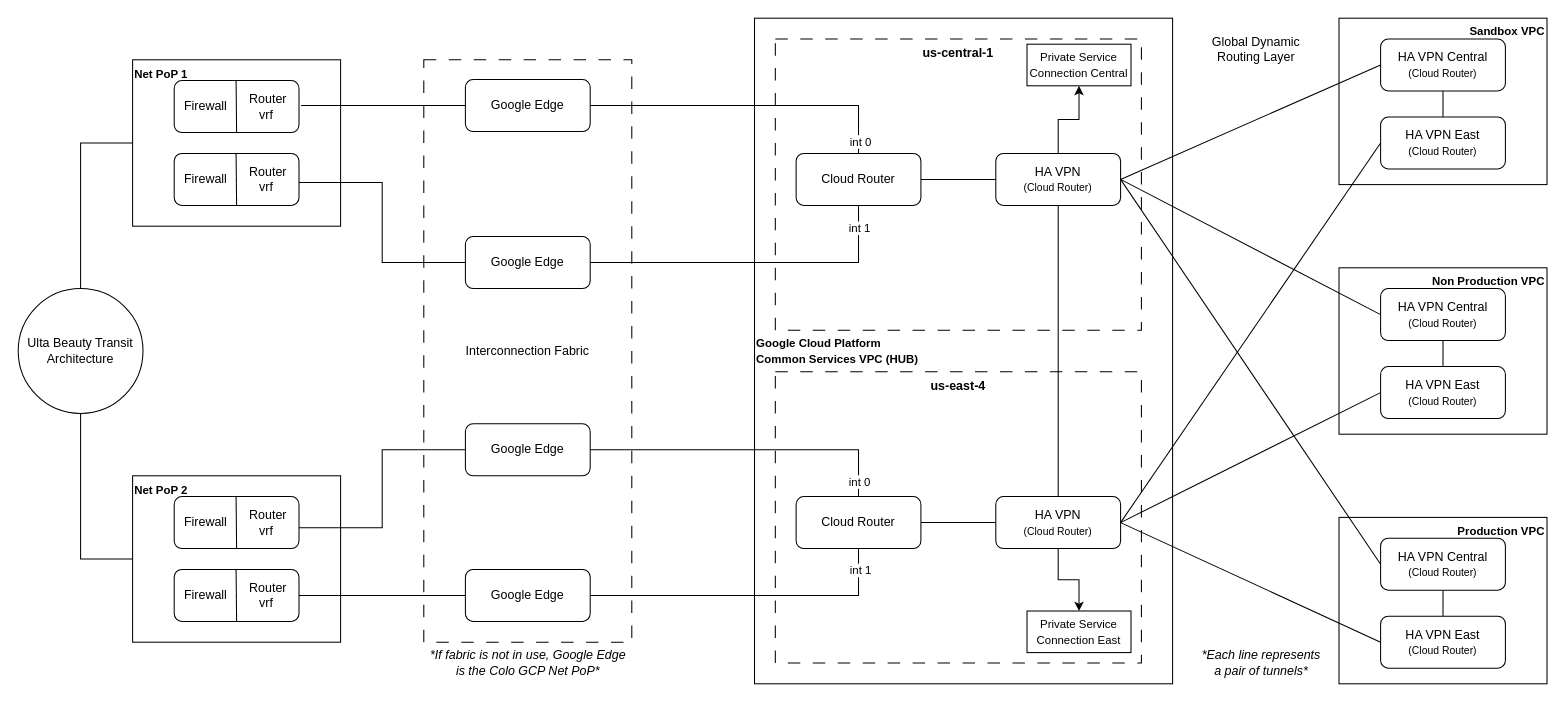
This is page "GCP Resiliency" (6 of 22) of disaster-recovery.drawio from bpayt2/temp, a draw.io file, before an edit. Source tidied: cells renumbered, new cells numbered last; positions are measured from the earlier drawing's top-left corner, leaving out a move shared by most shapes. Both pictures are drawn from the tidied source at 104%, with x=0, y=0 at pixel (18, 18).
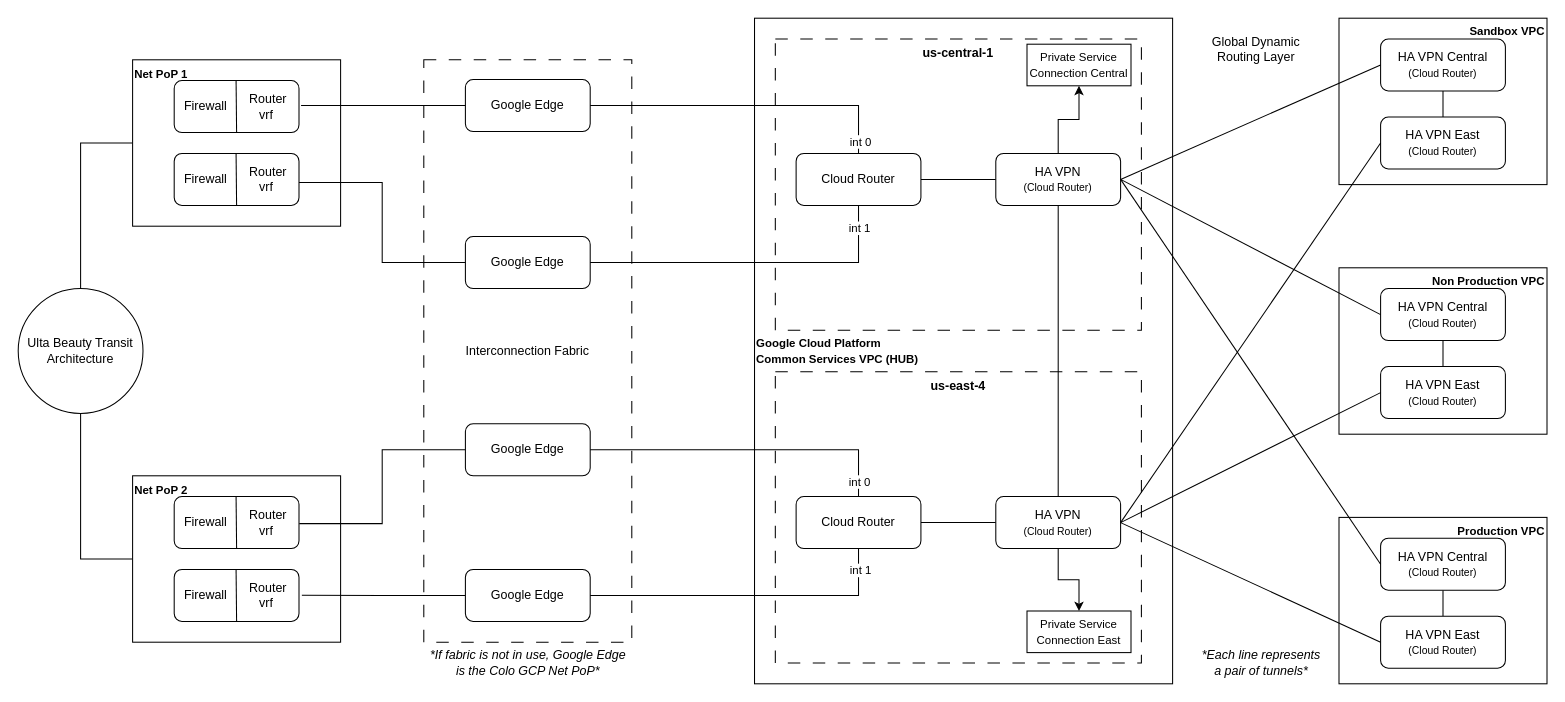
Above is the later version.

Unchanged cells that the change refers to:
```xml
<mxCell id="18" style="rounded=1;whiteSpace=wrap;html=1;" parent="1" vertex="1">
  <mxGeometry x="150" y="530" width="120" height="50" as="geometry" />
</mxCell>
<mxCell id="22" value="Router &lt;br&gt;vrf&amp;nbsp;" style="text;html=1;align=center;verticalAlign=middle;points=[];strokeColor=none;fillColor=none;" parent="1" vertex="1">
  <mxGeometry x="210" y="465" width="60" height="40" as="geometry" />
</mxCell>
<mxCell id="23" value="Router &lt;br&gt;vrf&amp;nbsp;" style="text;html=1;align=center;verticalAlign=middle;points=[];strokeColor=none;fillColor=none;" parent="1" vertex="1">
  <mxGeometry x="210" y="535" width="60" height="40" as="geometry" />
</mxCell>
<mxCell id="28" value="Google Edge" style="rounded=1;whiteSpace=wrap;html=1;" parent="1" vertex="1">
  <mxGeometry x="430" y="390" width="120" height="50" as="geometry" />
</mxCell>
<mxCell id="30" value="Google Edge" style="rounded=1;whiteSpace=wrap;html=1;" parent="1" vertex="1">
  <mxGeometry x="430" y="530" width="120" height="50" as="geometry" />
</mxCell>
```

What changed in the source:
```diff
@@
-    <mxCell id="29" style="edgeStyle=orthogonalEdgeStyle;rounded=0;jettySize=auto;html=1;exitX=0;exitY=0.5;exitDx=0;exitDy=0;entryX=1;entryY=0.5;entryDx=0;entryDy=0;endArrow=none;endFill=0;" parent="1" edge="1" source="30" target="18">
+    <mxCell id="29" style="edgeStyle=orthogonalEdgeStyle;rounded=0;jettySize=auto;html=1;exitX=0;exitY=0.5;exitDx=0;exitDy=0;endArrow=none;endFill=0;entryX=1.046;entryY=0.494;entryDx=0;entryDy=0;entryPerimeter=0;" parent="1" edge="1" source="30" target="23">
       <mxGeometry relative="1" as="geometry" />
     </mxCell>
@@
-    <mxCell id="31" style="edgeStyle=orthogonalEdgeStyle;rounded=0;jettySize=auto;html=1;exitX=0;exitY=0.5;exitDx=0;exitDy=0;entryX=1;entryY=0.625;entryDx=0;entryDy=0;entryPerimeter=0;endArrow=none;endFill=0;" parent="1" edge="1" source="28" target="22">
+    <mxCell id="31" style="edgeStyle=orthogonalEdgeStyle;rounded=0;jettySize=auto;html=1;exitX=0;exitY=0.5;exitDx=0;exitDy=0;endArrow=none;endFill=0;entryX=1.004;entryY=0.525;entryDx=0;entryDy=0;entryPerimeter=0;" parent="1" edge="1" source="28" target="22">
       <mxGeometry relative="1" as="geometry" />
     </mxCell>
```
